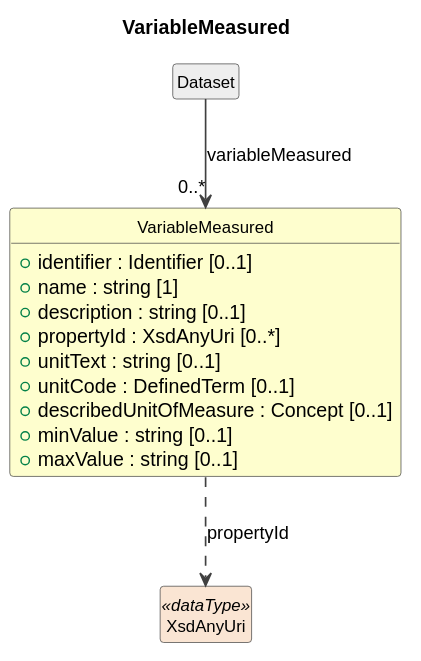
Above: cdif-uml-model/CDIFDiscovery/Classes/VariableMeasured.svg in Cross-Domain-Interoperability-Framework/metadataBuildingBlocks (PlantUML), before the change.
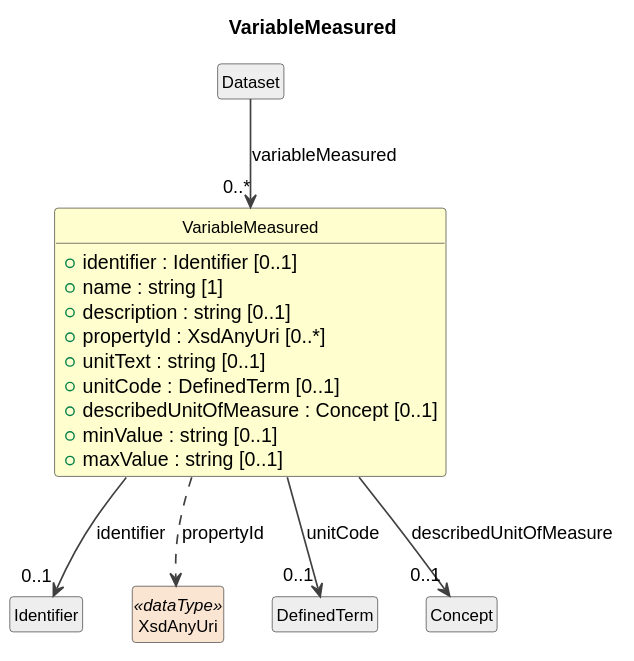
The same file after the commit.

Diff of the diagram source:
```diff
@@ -23,6 +23,12 @@
 }
 class "Dataset" as Dataset #EEEEEE
 Dataset --> "0..*" VariableMeasured : variableMeasured
+class "Identifier" as Identifier #EEEEEE
+VariableMeasured --> "0..1" Identifier : identifier
 class "XsdAnyUri" as XsdAnyUri <<dataType>> #FAE5D3
 VariableMeasured ..> XsdAnyUri : propertyId
+class "DefinedTerm" as DefinedTerm #EEEEEE
+VariableMeasured --> "0..1" DefinedTerm : unitCode
+class "Concept" as Concept #EEEEEE
+VariableMeasured --> "0..1" Concept : describedUnitOfMeasure
 @enduml
```
